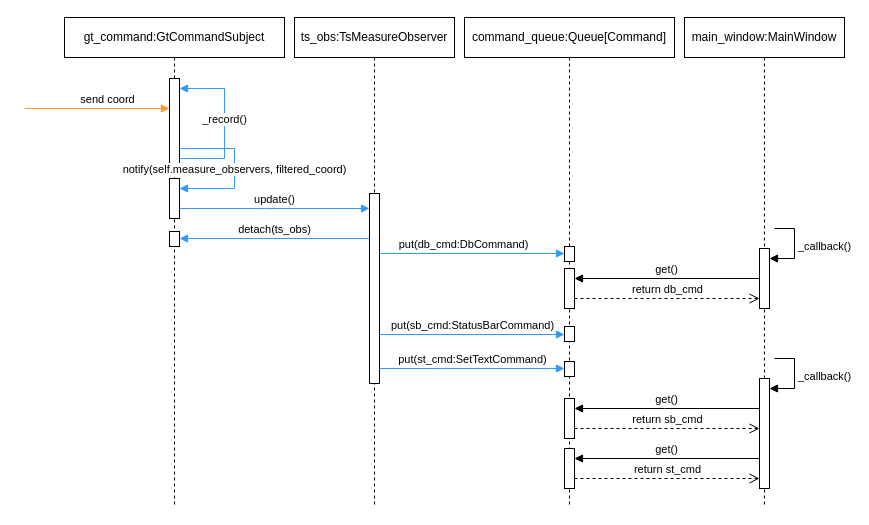
pascalreiss/draw_io_stuff keeps this draw.io diagram as procedural/meassure_trainswitch.drawio. Above is the earlier version. Source tidied: cells renumbered, new cells numbered last; positions are measured from the earlier drawing's top-left corner, leaving out a move shared by most shapes. Both pictures are drawn from the tidied source at 100%, with x=0, y=0 at pixel (24, 17).
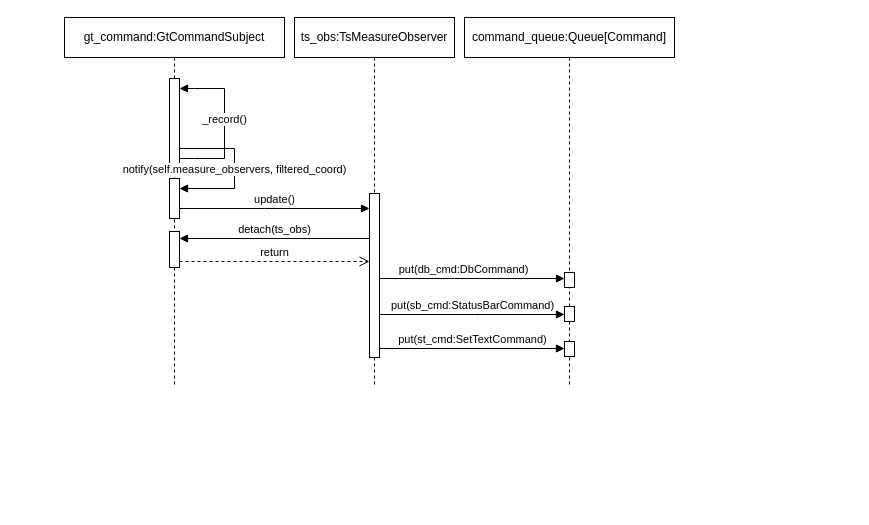
After the change.

Unchanged cells that the change refers to:
```xml
<mxCell id="21" style="html=1;points=[[0,0,0,0,5],[0,1,0,0,-5],[1,0,0,0,5],[1,1,0,0,-5]];perimeter=orthogonalPerimeter;outlineConnect=0;targetShapes=umlLifeline;portConstraint=eastwest;newEdgeStyle={&quot;curved&quot;:0,&quot;rounded&quot;:0};" parent="20" vertex="1">
  <mxGeometry x="105" y="61" width="10" height="90" as="geometry" />
</mxCell>
<mxCell id="24" style="html=1;points=[[0,0,0,0,5],[0,1,0,0,-5],[1,0,0,0,5],[1,1,0,0,-5]];perimeter=orthogonalPerimeter;outlineConnect=0;targetShapes=umlLifeline;portConstraint=eastwest;newEdgeStyle={&quot;curved&quot;:0,&quot;rounded&quot;:0};" parent="20" vertex="1">
  <mxGeometry x="105" y="161" width="10" height="40" as="geometry" />
</mxCell>
```

The edit, as a diff of the source:
```diff
@@
-    <mxCell id="2" value="main_window:MainWindow" style="shape=umlLifeline;perimeter=lifelinePerimeter;whiteSpace=wrap;html=1;newEdgeStyle={&quot;curved&quot;:0,&quot;rounded&quot;:0};" parent="1" vertex="1">
-      <mxGeometry x="660" width="160" height="490" as="geometry" />
-    </mxCell>
-    <mxCell id="3" style="html=1;points=[[0,0,0,0,5],[0,1,0,0,-5],[1,0,0,0,5],[1,1,0,0,-5]];perimeter=orthogonalPerimeter;outlineConnect=0;targetShapes=umlLifeline;portConstraint=eastwest;newEdgeStyle={&quot;curved&quot;:0,&quot;rounded&quot;:0};" parent="2" vertex="1">
-      <mxGeometry x="75" y="231" width="10" height="60" as="geometry" />
-    </mxCell>
-    <mxCell id="4" value="_callback()" style="html=1;align=left;spacingLeft=2;endArrow=block;rounded=0;edgeStyle=orthogonalEdgeStyle;curved=0;rounded=0;" parent="2" edge="1" target="3">
-      <mxGeometry relative="1" as="geometry">
-        <mxPoint x="90" y="211" as="sourcePoint" />
-        <Array as="points">
-          <mxPoint x="110" y="241" />
-        </Array>
-      </mxGeometry>
-    </mxCell>
     <mxCell id="5" value="command_queue:Queue[Command]" style="shape=umlLifeline;perimeter=lifelinePerimeter;whiteSpace=wrap;html=1;newEdgeStyle={&quot;curved&quot;:0,&quot;rounded&quot;:0};" parent="1" vertex="1">
-      <mxGeometry x="440" width="210" height="490" as="geometry" />
+      <mxGeometry x="440" width="210" height="370" as="geometry" />
     </mxCell>
     <mxCell id="6" style="html=1;points=[[0,0,0,0,5],[0,1,0,0,-5],[1,0,0,0,5],[1,1,0,0,-5]];perimeter=orthogonalPerimeter;outlineConnect=0;targetShapes=umlLifeline;portConstraint=eastwest;newEdgeStyle={&quot;curved&quot;:0,&quot;rounded&quot;:0};" parent="5" vertex="1">
-      <mxGeometry x="100" y="229" width="10" height="15" as="geometry" />
+      <mxGeometry x="100" y="255" width="10" height="15" as="geometry" />
     </mxCell>
-    <mxCell id="7" style="html=1;points=[[0,0,0,0,5],[0,1,0,0,-5],[1,0,0,0,5],[1,1,0,0,-5]];perimeter=orthogonalPerimeter;outlineConnect=0;targetShapes=umlLifeline;portConstraint=eastwest;newEdgeStyle={&quot;curved&quot;:0,&quot;rounded&quot;:0};" parent="5" vertex="1">
-      <mxGeometry x="100" y="251" width="10" height="40" as="geometry" />
-    </mxCell>
     <mxCell id="8" style="html=1;points=[[0,0,0,0,5],[0,1,0,0,-5],[1,0,0,0,5],[1,1,0,0,-5]];perimeter=orthogonalPerimeter;outlineConnect=0;targetShapes=umlLifeline;portConstraint=eastwest;newEdgeStyle={&quot;curved&quot;:0,&quot;rounded&quot;:0};" parent="5" vertex="1">
-      <mxGeometry x="100" y="309" width="10" height="15" as="geometry" />
+      <mxGeometry x="100" y="289" width="10" height="15" as="geometry" />
     </mxCell>
     <mxCell id="9" style="html=1;points=[[0,0,0,0,5],[0,1,0,0,-5],[1,0,0,0,5],[1,1,0,0,-5]];perimeter=orthogonalPerimeter;outlineConnect=0;targetShapes=umlLifeline;portConstraint=eastwest;newEdgeStyle={&quot;curved&quot;:0,&quot;rounded&quot;:0};" parent="5" vertex="1">
-      <mxGeometry x="100" y="344" width="10" height="15" as="geometry" />
+      <mxGeometry x="100" y="324" width="10" height="15" as="geometry" />
     </mxCell>
-    <mxCell id="10" style="html=1;points=[[0,0,0,0,5],[0,1,0,0,-5],[1,0,0,0,5],[1,1,0,0,-5]];perimeter=orthogonalPerimeter;outlineConnect=0;targetShapes=umlLifeline;portConstraint=eastwest;newEdgeStyle={&quot;curved&quot;:0,&quot;rounded&quot;:0};" parent="5" vertex="1">
-      <mxGeometry x="295" y="361" width="10" height="110" as="geometry" />
-    </mxCell>
-    <mxCell id="11" value="_callback()" style="html=1;align=left;spacingLeft=2;endArrow=block;rounded=0;edgeStyle=orthogonalEdgeStyle;curved=0;rounded=0;" parent="5" edge="1" target="10">
-      <mxGeometry relative="1" as="geometry">
-        <mxPoint x="310" y="341" as="sourcePoint" />
-        <Array as="points">
-          <mxPoint x="330" y="371" />
-        </Array>
-      </mxGeometry>
-    </mxCell>
-    <mxCell id="12" value="get()" style="html=1;verticalAlign=bottom;endArrow=block;curved=0;rounded=0;" parent="5" edge="1" source="10" target="14">
-      <mxGeometry relative="1" as="geometry">
-        <Array as="points">
-          <mxPoint x="200" y="391" />
-        </Array>
-      </mxGeometry>
-    </mxCell>
-    <mxCell id="13" value="return sb_cmd" style="html=1;verticalAlign=bottom;endArrow=open;dashed=1;endSize=8;curved=0;rounded=0;" parent="5" edge="1" source="14" target="10">
-      <mxGeometry relative="1" as="geometry">
-        <Array as="points">
-          <mxPoint x="200" y="411" />
-        </Array>
-      </mxGeometry>
-    </mxCell>
-    <mxCell id="14" style="html=1;points=[[0,0,0,0,5],[0,1,0,0,-5],[1,0,0,0,5],[1,1,0,0,-5]];perimeter=orthogonalPerimeter;outlineConnect=0;targetShapes=umlLifeline;portConstraint=eastwest;newEdgeStyle={&quot;curved&quot;:0,&quot;rounded&quot;:0};" parent="5" vertex="1">
-      <mxGeometry x="100" y="381" width="10" height="40" as="geometry" />
-    </mxCell>
-    <mxCell id="15" value="get()" style="html=1;verticalAlign=bottom;endArrow=block;curved=0;rounded=0;" parent="5" edge="1" target="17">
-      <mxGeometry relative="1" as="geometry">
-        <mxPoint x="295" y="441" as="sourcePoint" />
-        <Array as="points">
-          <mxPoint x="200" y="441" />
-        </Array>
-      </mxGeometry>
-    </mxCell>
-    <mxCell id="16" value="return st_cmd" style="html=1;verticalAlign=bottom;endArrow=open;dashed=1;endSize=8;curved=0;rounded=0;" parent="5" edge="1" source="17">
-      <mxGeometry relative="1" as="geometry">
-        <mxPoint x="295" y="461" as="targetPoint" />
-        <Array as="points">
-          <mxPoint x="200" y="461" />
-        </Array>
-      </mxGeometry>
-    </mxCell>
-    <mxCell id="17" style="html=1;points=[[0,0,0,0,5],[0,1,0,0,-5],[1,0,0,0,5],[1,1,0,0,-5]];perimeter=orthogonalPerimeter;outlineConnect=0;targetShapes=umlLifeline;portConstraint=eastwest;newEdgeStyle={&quot;curved&quot;:0,&quot;rounded&quot;:0};" parent="5" vertex="1">
-      <mxGeometry x="100" y="431" width="10" height="40" as="geometry" />
-    </mxCell>
     <mxCell id="18" value="ts_obs:TsMeasureObserver" style="shape=umlLifeline;perimeter=lifelinePerimeter;whiteSpace=wrap;html=1;newEdgeStyle={&quot;curved&quot;:0,&quot;rounded&quot;:0};" parent="1" vertex="1">
-      <mxGeometry x="270" width="160" height="490" as="geometry" />
+      <mxGeometry x="270" width="160" height="370" as="geometry" />
     </mxCell>
     <mxCell id="19" style="html=1;points=[[0,0,0,0,5],[0,1,0,0,-5],[1,0,0,0,5],[1,1,0,0,-5]];perimeter=orthogonalPerimeter;outlineConnect=0;targetShapes=umlLifeline;portConstraint=eastwest;newEdgeStyle={&quot;curved&quot;:0,&quot;rounded&quot;:0};" parent="18" vertex="1">
-      <mxGeometry x="75" y="176" width="10" height="190" as="geometry" />
+      <mxGeometry x="75" y="176" width="10" height="164" as="geometry" />
     </mxCell>
     <mxCell id="20" value="gt_command:GtCommandSubject" style="shape=umlLifeline;whiteSpace=wrap;html=1;newEdgeStyle={&quot;curved&quot;:0,&quot;rounded&quot;:0};perimeter=rectanglePerimeter;targetShapes=umlLifeline;participant=label;" parent="1" vertex="1">
-      <mxGeometry x="40" width="220" height="490" as="geometry" />
+      <mxGeometry x="40" width="220" height="370" as="geometry" />
     </mxCell>
@@
-    <mxCell id="22" value="_record()" style="html=1;verticalAlign=bottom;endArrow=block;curved=0;rounded=0;strokeColor=#3399FF;" parent="20" edge="1" source="21" target="21">
+    <mxCell id="22" value="_record()" style="html=1;verticalAlign=bottom;endArrow=block;curved=0;rounded=0;strokeColor=#000000;" parent="20" edge="1" source="21" target="21">
       <mxGeometry x="-0.06" relative="1" as="geometry">
         <Array as="points">
           <mxPoint x="130" y="141" />
           <mxPoint x="160" y="141" />
           <mxPoint x="160" y="71" />
           <mxPoint x="130" y="71" />
         </Array>
       </mxGeometry>
     </mxCell>
-    <mxCell id="23" value="notify(self.measure_observers, filtered_coord)" style="html=1;verticalAlign=bottom;endArrow=block;curved=0;rounded=0;strokeColor=#3399FF;" parent="20" edge="1" source="21" target="24">
+    <mxCell id="23" value="notify(self.measure_observers, filtered_coord)" style="html=1;verticalAlign=bottom;endArrow=block;curved=0;rounded=0;strokeColor=#000000;" parent="20" edge="1" source="21" target="24">
       <mxGeometry x="0.13" relative="1" as="geometry">
         <Array as="points">
           <mxPoint x="170" y="131" />
           <mxPoint x="170" y="171" />
         </Array>
       </mxGeometry>
     </mxCell>
@@
     <mxCell id="25" style="html=1;points=[[0,0,0,0,5],[0,1,0,0,-5],[1,0,0,0,5],[1,1,0,0,-5]];perimeter=orthogonalPerimeter;outlineConnect=0;targetShapes=umlLifeline;portConstraint=eastwest;newEdgeStyle={&quot;curved&quot;:0,&quot;rounded&quot;:0};" parent="20" vertex="1">
-      <mxGeometry x="105" y="214" width="10" height="15" as="geometry" />
+      <mxGeometry x="105" y="214" width="10" height="36" as="geometry" />
     </mxCell>
-    <mxCell id="26" value="send coord" style="html=1;verticalAlign=bottom;endArrow=block;curved=0;rounded=0;strokeColor=#FF9933;" parent="1" edge="1">
-      <mxGeometry x="0.14" relative="1" as="geometry">
-        <mxPoint y="91" as="sourcePoint" />
-        <mxPoint x="145" y="91" as="targetPoint" />
-      </mxGeometry>
-    </mxCell>
-    <mxCell id="27" value="update()" style="html=1;verticalAlign=bottom;endArrow=block;curved=0;rounded=0;strokeColor=#3399FF;" parent="1" edge="1" source="24" target="19">
+    <mxCell id="27" value="update()" style="html=1;verticalAlign=bottom;endArrow=block;curved=0;rounded=0;strokeColor=#000000;" parent="1" edge="1" source="24" target="19">
       <mxGeometry relative="1" as="geometry">
         <Array as="points">
           <mxPoint x="240" y="191" />
         </Array>
       </mxGeometry>
     </mxCell>
-    <mxCell id="28" value="detach(ts_obs)" style="html=1;verticalAlign=bottom;endArrow=block;curved=0;rounded=0;strokeColor=#3399FF;" parent="1" edge="1" source="19" target="25">
+    <mxCell id="28" value="detach(ts_obs)" style="html=1;verticalAlign=bottom;endArrow=block;curved=0;rounded=0;strokeColor=#000000;" parent="1" edge="1" source="19" target="25">
       <mxGeometry relative="1" as="geometry">
         <Array as="points">
           <mxPoint x="230" y="221" />
         </Array>
       </mxGeometry>
     </mxCell>
-    <mxCell id="29" value="put(db_cmd:DbCommand)" style="html=1;verticalAlign=bottom;endArrow=block;curved=0;rounded=0;strokeColor=#3399FF;" parent="1" edge="1" source="19" target="6">
+    <mxCell id="29" value="put(db_cmd:DbCommand)" style="html=1;verticalAlign=bottom;endArrow=block;curved=0;rounded=0;strokeColor=#000000;" parent="1" edge="1">
       <mxGeometry x="-0.09" relative="1" as="geometry">
+        <mxPoint x="355" y="261" as="sourcePoint" />
+        <mxPoint x="540" y="261" as="targetPoint" />
         <Array as="points">
-          <mxPoint x="430" y="236" />
+          <mxPoint x="430" y="261" />
         </Array>
       </mxGeometry>
     </mxCell>
-    <mxCell id="30" value="put(sb_cmd:StatusBarCommand)" style="html=1;verticalAlign=bottom;endArrow=block;curved=0;rounded=0;strokeColor=#3399FF;" parent="1" edge="1" source="19" target="8">
+    <mxCell id="30" value="put(sb_cmd:StatusBarCommand)" style="html=1;verticalAlign=bottom;endArrow=block;curved=0;rounded=0;strokeColor=#000000;" parent="1" edge="1" target="8">
       <mxGeometry relative="1" as="geometry">
+        <mxPoint x="355" y="297" as="sourcePoint" />
         <Array as="points">
-          <mxPoint x="450" y="317" />
+          <mxPoint x="450" y="297" />
         </Array>
       </mxGeometry>
     </mxCell>
-    <mxCell id="31" value="put(st_cmd:SetTextCommand)" style="html=1;verticalAlign=bottom;endArrow=block;curved=0;rounded=0;strokeColor=#3399FF;" parent="1" edge="1" source="19" target="9">
+    <mxCell id="31" value="put(st_cmd:SetTextCommand)" style="html=1;verticalAlign=bottom;endArrow=block;curved=0;rounded=0;strokeColor=#000000;" parent="1" edge="1" target="9">
       <mxGeometry relative="1" as="geometry">
+        <mxPoint x="355" y="331" as="sourcePoint" />
         <Array as="points">
-          <mxPoint x="420" y="351" />
+          <mxPoint x="420" y="331" />
         </Array>
       </mxGeometry>
     </mxCell>
-    <mxCell id="32" value="get()" style="html=1;verticalAlign=bottom;endArrow=block;curved=0;rounded=0;" parent="1" edge="1" source="3" target="7">
-      <mxGeometry relative="1" as="geometry" />
-    </mxCell>
-    <mxCell id="33" value="return db_cmd" style="html=1;verticalAlign=bottom;endArrow=open;dashed=1;endSize=8;curved=0;rounded=0;" parent="1" edge="1" source="7" target="3">
-      <mxGeometry relative="1" as="geometry">
-        <Array as="points">
-          <mxPoint x="640" y="281" />
-        </Array>
-      </mxGeometry>
-    </mxCell>
+    <mxCell id="34" value="return" style="html=1;verticalAlign=bottom;endArrow=open;dashed=1;endSize=8;curved=0;rounded=0;" parent="1" edge="1">
+      <mxGeometry relative="1" as="geometry">
+        <mxPoint x="155" y="244" as="sourcePoint" />
+        <mxPoint x="345" y="244" as="targetPoint" />
+      </mxGeometry>
+    </mxCell>
```
